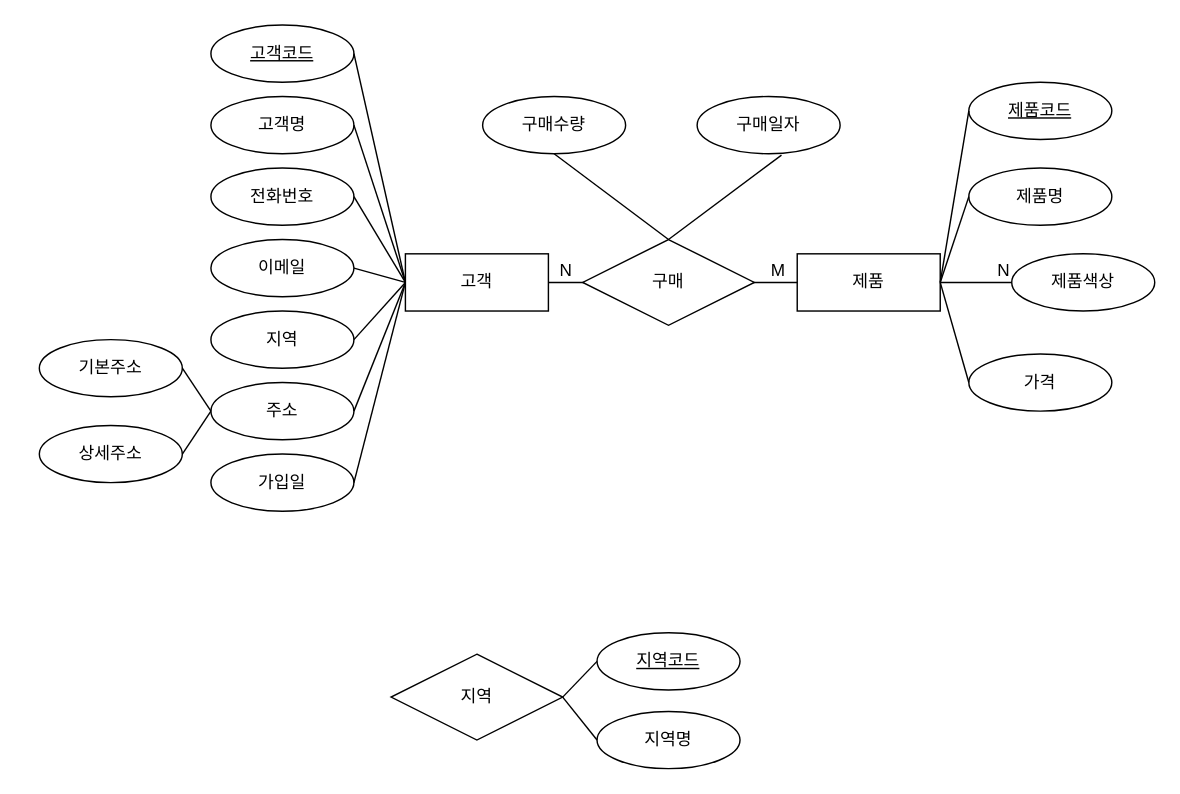
This is page "페이지-1" (1 of 2) of 온라인상거래.drawio from poweron0335/oraclesource, a draw.io file, before an edit. Source tidied: cells renumbered, new cells numbered last; positions are measured from the earlier drawing's top-left corner, leaving out a move shared by most shapes. Both pictures are drawn from the tidied source at 143%, with x=0, y=0 at pixel (39, 24).
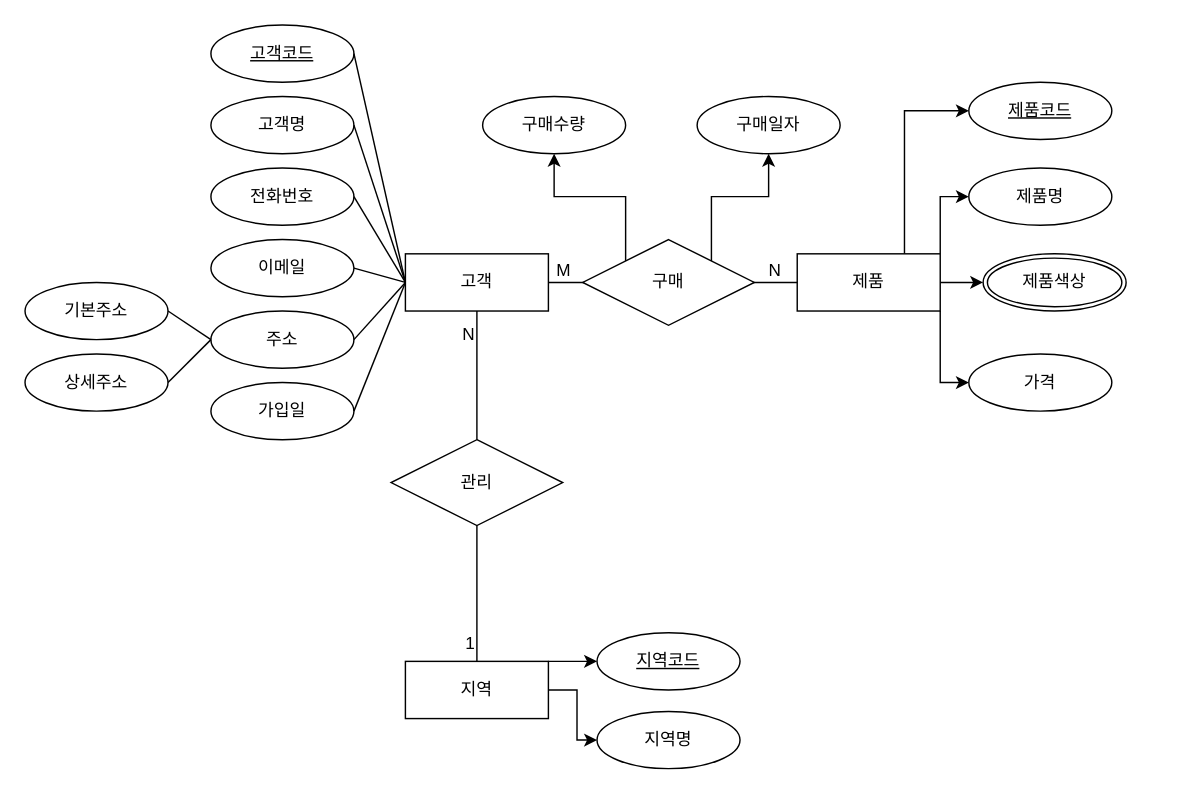
After the change.

Commit message:
온라인상거래.drawio 업데이트

The change refers to these unchanged cells:
```xml
<mxCell id="2" value="고객" style="whiteSpace=wrap;html=1;align=center;" parent="1" vertex="1">
  <mxGeometry x="256" y="160" width="100" height="40" as="geometry" />
</mxCell>
<mxCell id="9" value="지역명" style="ellipse;whiteSpace=wrap;html=1;align=center;" parent="1" vertex="1">
  <mxGeometry x="390" y="480" width="100" height="40" as="geometry" />
</mxCell>
<mxCell id="10" value="지역코드" style="ellipse;whiteSpace=wrap;html=1;align=center;fontStyle=4;" parent="1" vertex="1">
  <mxGeometry x="390" y="425" width="100" height="40" as="geometry" />
</mxCell>
<mxCell id="15" value="제품" style="whiteSpace=wrap;html=1;align=center;" parent="1" vertex="1">
  <mxGeometry x="530" y="160" width="100" height="40" as="geometry" />
</mxCell>
<mxCell id="16" value="제품코드" style="ellipse;whiteSpace=wrap;html=1;align=center;fontStyle=4;" parent="1" vertex="1">
  <mxGeometry x="650" y="40" width="100" height="40" as="geometry" />
</mxCell>
<mxCell id="17" value="제품명" style="ellipse;whiteSpace=wrap;html=1;align=center;" parent="1" vertex="1">
  <mxGeometry x="650" y="100" width="100" height="40" as="geometry" />
</mxCell>
<mxCell id="19" value="가격" style="ellipse;whiteSpace=wrap;html=1;align=center;" parent="1" vertex="1">
  <mxGeometry x="650" y="230" width="100" height="40" as="geometry" />
</mxCell>
<mxCell id="31" style="endArrow=none;html=1;rounded=0;exitX=1;exitY=0.5;exitDx=0;exitDy=0;entryX=0;entryY=0.5;entryDx=0;entryDy=0;" parent="1" edge="1" source="2" target="15">
  <mxGeometry relative="1" as="geometry" />
</mxCell>
<mxCell id="37" value="구매" style="shape=rhombus;perimeter=rhombusPerimeter;whiteSpace=wrap;html=1;align=center;" parent="1" vertex="1">
  <mxGeometry x="380" y="150" width="120" height="60" as="geometry" />
</mxCell>
<mxCell id="38" value="구매수량" style="ellipse;whiteSpace=wrap;html=1;align=center;" parent="1" vertex="1">
  <mxGeometry x="310" y="50" width="100" height="40" as="geometry" />
</mxCell>
<mxCell id="39" value="구매일자" style="ellipse;whiteSpace=wrap;html=1;align=center;" parent="1" vertex="1">
  <mxGeometry x="460" y="50" width="100" height="40" as="geometry" />
</mxCell>
```

What changed in the source:
```diff
@@
-    <mxCell id="7" value="지역" style="ellipse;whiteSpace=wrap;html=1;align=center;" parent="1" vertex="1">
-      <mxGeometry x="120" y="200" width="100" height="40" as="geometry" />
-    </mxCell>
-    <mxCell id="8" value="지역" style="shape=rhombus;perimeter=rhombusPerimeter;whiteSpace=wrap;html=1;align=center;" parent="1" vertex="1">
-      <mxGeometry x="246" y="440" width="120" height="60" as="geometry" />
-    </mxCell>
@@
     <mxCell id="11" value="주소" style="ellipse;whiteSpace=wrap;html=1;align=center;" parent="1" vertex="1">
-      <mxGeometry x="120" y="250" width="100" height="40" as="geometry" />
+      <mxGeometry x="120" y="200" width="100" height="40" as="geometry" />
     </mxCell>
     <mxCell id="12" value="기본주소" style="ellipse;whiteSpace=wrap;html=1;align=center;" parent="1" vertex="1">
-      <mxGeometry y="220" width="100" height="40" as="geometry" />
+      <mxGeometry x="-10" y="180" width="100" height="40" as="geometry" />
     </mxCell>
     <mxCell id="13" value="상세주소" style="ellipse;whiteSpace=wrap;html=1;align=center;" parent="1" vertex="1">
-      <mxGeometry y="280" width="100" height="40" as="geometry" />
+      <mxGeometry x="-10" y="230" width="100" height="40" as="geometry" />
     </mxCell>
     <mxCell id="14" value="가입일" style="ellipse;whiteSpace=wrap;html=1;align=center;" parent="1" vertex="1">
-      <mxGeometry x="120" y="300" width="100" height="40" as="geometry" />
+      <mxGeometry x="120" y="250" width="100" height="40" as="geometry" />
     </mxCell>
+    <mxCell id="42" style="edgeStyle=orthogonalEdgeStyle;rounded=0;jettySize=auto;html=1;" parent="1" edge="1" source="15" target="18">
+      <mxGeometry relative="1" as="geometry" />
+    </mxCell>
+    <mxCell id="34" style="edgeStyle=orthogonalEdgeStyle;rounded=0;jettySize=auto;html=1;exitX=1;exitY=1;exitDx=0;exitDy=0;entryX=0;entryY=0.5;entryDx=0;entryDy=0;" parent="1" edge="1" source="15" target="19">
+      <mxGeometry relative="1" as="geometry" />
+    </mxCell>
+    <mxCell id="35" style="edgeStyle=orthogonalEdgeStyle;rounded=0;jettySize=auto;html=1;exitX=1;exitY=0;exitDx=0;exitDy=0;entryX=0;entryY=0.5;entryDx=0;entryDy=0;" parent="1" edge="1" source="15" target="17">
+      <mxGeometry relative="1" as="geometry" />
+    </mxCell>
+    <mxCell id="36" style="edgeStyle=orthogonalEdgeStyle;rounded=0;jettySize=auto;html=1;exitX=0.75;exitY=0;exitDx=0;exitDy=0;entryX=0;entryY=0.5;entryDx=0;entryDy=0;" parent="1" edge="1" source="15" target="16">
+      <mxGeometry relative="1" as="geometry" />
+    </mxCell>
@@
-    <mxCell id="18" value="제품색상" style="ellipse;whiteSpace=wrap;html=1;align=center;" parent="1" vertex="1">
-      <mxGeometry x="680" y="160" width="100" height="40" as="geometry" />
-    </mxCell>
@@
-    <mxCell id="22" style="endArrow=none;html=1;rounded=0;entryX=0;entryY=0.5;entryDx=0;entryDy=0;exitX=1;exitY=0.5;exitDx=0;exitDy=0;" parent="1" edge="1" source="7" target="2">
-      <mxGeometry relative="1" as="geometry" />
-    </mxCell>
@@
-    <mxCell id="29" style="endArrow=none;html=1;rounded=0;entryX=0;entryY=0.5;entryDx=0;entryDy=0;exitX=1;exitY=0.5;exitDx=0;exitDy=0;" parent="1" edge="1" source="8" target="10">
-      <mxGeometry relative="1" as="geometry" />
-    </mxCell>
-    <mxCell id="30" style="endArrow=none;html=1;rounded=0;exitX=1;exitY=0.5;exitDx=0;exitDy=0;entryX=0;entryY=0.5;entryDx=0;entryDy=0;" parent="1" edge="1" source="8" target="9">
-      <mxGeometry relative="1" as="geometry" />
-    </mxCell>
@@
     <mxCell id="32" value="M" style="html=1;whiteSpace=wrap;align=left;verticalAlign=bottom;" parent="31" vertex="1">
       <mxGeometry x="-1" relative="1" as="geometry">
-        <mxPoint x="154" as="offset" />
+        <mxPoint x="4" as="offset" />
       </mxGeometry>
     </mxCell>
     <mxCell id="33" value="N" style="html=1;whiteSpace=wrap;align=right;verticalAlign=bottom;" parent="31" vertex="1">
       <mxGeometry x="1" relative="1" as="geometry">
-        <mxPoint x="-156" as="offset" />
+        <mxPoint x="-10" as="offset" />
       </mxGeometry>
     </mxCell>
-    <mxCell id="34" style="endArrow=none;html=1;rounded=0;exitX=1;exitY=0.5;exitDx=0;exitDy=0;entryX=0;entryY=0.5;entryDx=0;entryDy=0;" parent="1" edge="1" source="15" target="19">
-      <mxGeometry relative="1" as="geometry" />
-    </mxCell>
-    <mxCell id="35" style="endArrow=none;html=1;rounded=0;exitX=1;exitY=0.5;exitDx=0;exitDy=0;entryX=0;entryY=0.5;entryDx=0;entryDy=0;" parent="1" edge="1" source="15" target="17">
-      <mxGeometry relative="1" as="geometry" />
-    </mxCell>
-    <mxCell id="36" style="endArrow=none;html=1;rounded=0;exitX=1;exitY=0.5;exitDx=0;exitDy=0;entryX=0;entryY=0.5;entryDx=0;entryDy=0;" parent="1" edge="1" source="15" target="16">
-      <mxGeometry relative="1" as="geometry" />
-    </mxCell>
+    <mxCell id="41" style="edgeStyle=orthogonalEdgeStyle;rounded=0;jettySize=auto;html=1;exitX=1;exitY=0;exitDx=0;exitDy=0;entryX=0.5;entryY=1;entryDx=0;entryDy=0;" parent="1" edge="1" source="37" target="39">
+      <mxGeometry relative="1" as="geometry" />
+    </mxCell>
+    <mxCell id="44" style="edgeStyle=orthogonalEdgeStyle;rounded=0;jettySize=auto;html=1;exitX=0;exitY=0;exitDx=0;exitDy=0;entryX=0.5;entryY=1;entryDx=0;entryDy=0;" parent="1" edge="1" source="37" target="38">
+      <mxGeometry relative="1" as="geometry" />
+    </mxCell>
@@
-    <mxCell id="40" style="endArrow=none;html=1;rounded=0;exitX=0.5;exitY=1;exitDx=0;exitDy=0;entryX=0.5;entryY=0;entryDx=0;entryDy=0;" parent="1" edge="1" source="38" target="37">
-      <mxGeometry relative="1" as="geometry" />
-    </mxCell>
-    <mxCell id="41" style="endArrow=none;html=1;rounded=0;entryX=0.59;entryY=1.025;entryDx=0;entryDy=0;entryPerimeter=0;exitX=0.5;exitY=0;exitDx=0;exitDy=0;" parent="1" edge="1" source="37" target="39">
-      <mxGeometry relative="1" as="geometry" />
-    </mxCell>
-    <mxCell id="42" style="endArrow=none;html=1;rounded=0;exitX=1;exitY=0.5;exitDx=0;exitDy=0;entryX=0;entryY=0.5;entryDx=0;entryDy=0;" parent="1" edge="1" source="15" target="18">
-      <mxGeometry relative="1" as="geometry" />
-    </mxCell>
+    <mxCell id="45" style="edgeStyle=orthogonalEdgeStyle;rounded=0;jettySize=auto;html=1;exitX=1;exitY=0;exitDx=0;exitDy=0;entryX=0;entryY=0.5;entryDx=0;entryDy=0;" parent="1" edge="1" source="47" target="10">
+      <mxGeometry relative="1" as="geometry" />
+    </mxCell>
+    <mxCell id="46" style="edgeStyle=orthogonalEdgeStyle;rounded=0;jettySize=auto;html=1;entryX=0;entryY=0.5;entryDx=0;entryDy=0;" parent="1" edge="1" source="47" target="9">
+      <mxGeometry relative="1" as="geometry" />
+    </mxCell>
+    <mxCell id="47" value="지역" style="whiteSpace=wrap;html=1;align=center;" parent="1" vertex="1">
+      <mxGeometry x="256" y="445" width="100" height="40" as="geometry" />
+    </mxCell>
+    <mxCell id="48" value="관리" style="shape=rhombus;perimeter=rhombusPerimeter;whiteSpace=wrap;html=1;align=center;" parent="1" vertex="1">
+      <mxGeometry x="246" y="290" width="120" height="60" as="geometry" />
+    </mxCell>
+    <mxCell id="18" value="제품색상" style="ellipse;shape=doubleEllipse;margin=3;whiteSpace=wrap;html=1;align=center;" parent="1" vertex="1">
+      <mxGeometry x="660" y="160" width="100" height="40" as="geometry" />
+    </mxCell>
+    <mxCell id="49" style="endArrow=none;html=1;rounded=0;exitX=0.5;exitY=0;exitDx=0;exitDy=0;entryX=0.5;entryY=1;entryDx=0;entryDy=0;" parent="1" edge="1" source="48" target="2">
+      <mxGeometry relative="1" as="geometry" />
+    </mxCell>
-    <mxCell id="43" value="N" style="html=1;whiteSpace=wrap;align=right;verticalAlign=bottom;" parent="42" vertex="1">
-      <mxGeometry x="1" relative="1" as="geometry" />
+    <mxCell id="43" value="N" style="html=1;whiteSpace=wrap;align=right;verticalAlign=bottom;" parent="49" vertex="1">
+      <mxGeometry x="1" relative="1" as="geometry">
+        <mxPoint y="25" as="offset" />
+      </mxGeometry>
     </mxCell>
+    <mxCell id="50" style="endArrow=none;html=1;rounded=0;exitX=0.5;exitY=1;exitDx=0;exitDy=0;entryX=0.5;entryY=0;entryDx=0;entryDy=0;" parent="1" edge="1" source="48" target="47">
+      <mxGeometry relative="1" as="geometry" />
+    </mxCell>
+    <mxCell id="51" value="1" style="html=1;whiteSpace=wrap;align=right;verticalAlign=bottom;" parent="50" vertex="1">
+      <mxGeometry x="1" relative="1" as="geometry">
+        <mxPoint y="-4" as="offset" />
+      </mxGeometry>
+    </mxCell>
```
